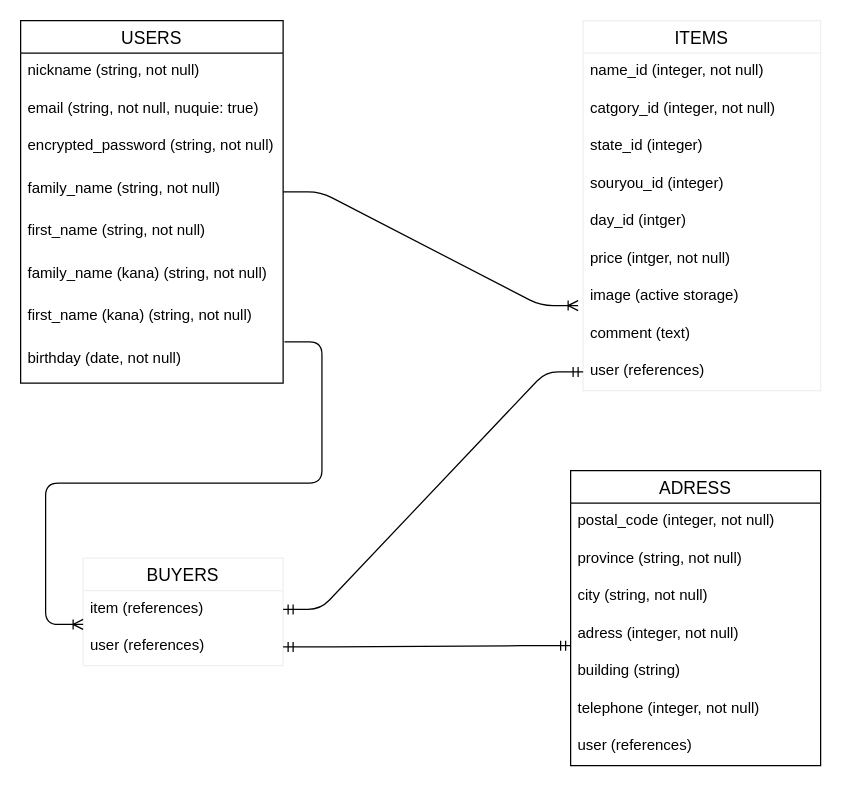
The draw.io diagram ER.dio in crayon356/furima-31966, before the edit. Source tidied: cells renumbered, new cells numbered last; positions are measured from the earlier drawing's top-left corner, leaving out a move shared by most shapes. Both pictures are drawn from the tidied source at 125%, with x=0, y=0 at pixel (20, 20).
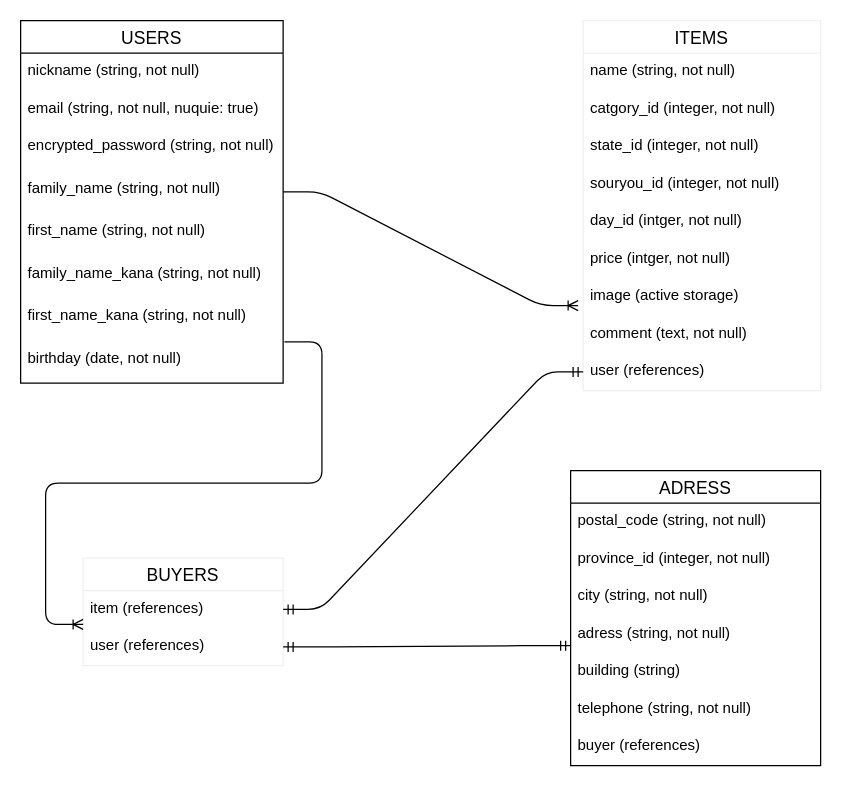
After the change.

Unchanged cells that the change refers to:
```xml
<mxCell id="2" value="USERS" style="swimlane;fontStyle=0;horizontal=1;startSize=26;align=center;fontSize=14;" parent="1" vertex="1">
  <mxGeometry width="210" height="290" as="geometry" />
</mxCell>
<mxCell id="11" value="ITEMS" style="swimlane;fontStyle=0;horizontal=1;startSize=26;align=center;fontSize=14;strokeColor=#f0f0f0;" parent="1" vertex="1">
  <mxGeometry x="450" width="190" height="296" as="geometry" />
</mxCell>
<mxCell id="24" value="ADRESS" style="swimlane;fontStyle=0;horizontal=1;startSize=26;align=center;fontSize=14;" parent="1" vertex="1">
  <mxGeometry x="440" y="360" width="200" height="236" as="geometry" />
</mxCell>
```

Change to the diagram source:
```diff
@@
-    <mxCell id="8" value="family_name (kana) (string, not null)" style="text;strokeColor=none;fillColor=none;spacingLeft=4;spacingRight=4;overflow=hidden;fontSize=12;" parent="2" vertex="1">
+    <mxCell id="8" value="family_name_kana (string, not null)" style="text;strokeColor=none;fillColor=none;spacingLeft=4;spacingRight=4;overflow=hidden;fontSize=12;" parent="2" vertex="1">
       <mxGeometry y="188" width="210" height="34" as="geometry" />
     </mxCell>
-    <mxCell id="9" value="first_name (kana) (string, not null)" style="text;strokeColor=none;fillColor=none;spacingLeft=4;spacingRight=4;overflow=hidden;fontSize=12;" parent="2" vertex="1">
+    <mxCell id="9" value="first_name_kana (string, not null)" style="text;strokeColor=none;fillColor=none;spacingLeft=4;spacingRight=4;overflow=hidden;fontSize=12;" parent="2" vertex="1">
       <mxGeometry y="222" width="210" height="34" as="geometry" />
     </mxCell>
@@
-    <mxCell id="12" value="name_id (integer, not null)" style="text;strokeColor=none;fillColor=none;spacingLeft=4;spacingRight=4;overflow=hidden;fontSize=12;" parent="11" vertex="1">
+    <mxCell id="12" value="name (string, not null)" style="text;strokeColor=none;fillColor=none;spacingLeft=4;spacingRight=4;overflow=hidden;fontSize=12;" parent="11" vertex="1">
       <mxGeometry y="26" width="190" height="30" as="geometry" />
     </mxCell>
@@
-    <mxCell id="14" value="state_id (integer)" style="text;strokeColor=none;fillColor=none;spacingLeft=4;spacingRight=4;overflow=hidden;fontSize=12;" parent="11" vertex="1">
+    <mxCell id="14" value="state_id (integer, not null)" style="text;strokeColor=none;fillColor=none;spacingLeft=4;spacingRight=4;overflow=hidden;fontSize=12;" parent="11" vertex="1">
       <mxGeometry y="86" width="190" height="30" as="geometry" />
     </mxCell>
-    <mxCell id="15" value="souryou_id (integer)" style="text;strokeColor=none;fillColor=none;spacingLeft=4;spacingRight=4;overflow=hidden;fontSize=12;" parent="11" vertex="1">
+    <mxCell id="15" value="souryou_id (integer, not null)" style="text;strokeColor=none;fillColor=none;spacingLeft=4;spacingRight=4;overflow=hidden;fontSize=12;" parent="11" vertex="1">
       <mxGeometry y="116" width="190" height="30" as="geometry" />
     </mxCell>
-    <mxCell id="16" value="day_id (intger)" style="text;strokeColor=none;fillColor=none;spacingLeft=4;spacingRight=4;overflow=hidden;fontSize=12;" parent="11" vertex="1">
+    <mxCell id="16" value="day_id (intger, not null)" style="text;strokeColor=none;fillColor=none;spacingLeft=4;spacingRight=4;overflow=hidden;fontSize=12;" parent="11" vertex="1">
       <mxGeometry y="146" width="190" height="30" as="geometry" />
     </mxCell>
@@
-    <mxCell id="19" value="comment (text)" style="text;strokeColor=none;fillColor=none;spacingLeft=4;spacingRight=4;overflow=hidden;fontSize=12;" parent="11" vertex="1">
+    <mxCell id="19" value="comment (text, not null)" style="text;strokeColor=none;fillColor=none;spacingLeft=4;spacingRight=4;overflow=hidden;fontSize=12;" parent="11" vertex="1">
       <mxGeometry y="236" width="190" height="30" as="geometry" />
     </mxCell>
@@
-    <mxCell id="25" value="postal_code (integer, not null)" style="text;strokeColor=none;fillColor=none;spacingLeft=4;spacingRight=4;overflow=hidden;fontSize=12;" parent="24" vertex="1">
+    <mxCell id="25" value="postal_code (string, not null)" style="text;strokeColor=none;fillColor=none;spacingLeft=4;spacingRight=4;overflow=hidden;fontSize=12;" parent="24" vertex="1">
       <mxGeometry y="26" width="200" height="30" as="geometry" />
     </mxCell>
-    <mxCell id="26" value="province (string, not null)" style="text;strokeColor=none;fillColor=none;spacingLeft=4;spacingRight=4;overflow=hidden;fontSize=12;" parent="24" vertex="1">
+    <mxCell id="26" value="province_id (integer, not null)" style="text;strokeColor=none;fillColor=none;spacingLeft=4;spacingRight=4;overflow=hidden;fontSize=12;" parent="24" vertex="1">
       <mxGeometry y="56" width="200" height="30" as="geometry" />
     </mxCell>
@@
-    <mxCell id="28" value="adress (integer, not null)" style="text;strokeColor=none;fillColor=none;spacingLeft=4;spacingRight=4;overflow=hidden;fontSize=12;" parent="24" vertex="1">
+    <mxCell id="28" value="adress (string, not null)" style="text;strokeColor=none;fillColor=none;spacingLeft=4;spacingRight=4;overflow=hidden;fontSize=12;" parent="24" vertex="1">
       <mxGeometry y="116" width="200" height="30" as="geometry" />
     </mxCell>
@@
-    <mxCell id="30" value="telephone (integer, not null)" style="text;strokeColor=none;fillColor=none;spacingLeft=4;spacingRight=4;overflow=hidden;fontSize=12;" parent="24" vertex="1">
+    <mxCell id="30" value="telephone (string, not null)" style="text;strokeColor=none;fillColor=none;spacingLeft=4;spacingRight=4;overflow=hidden;fontSize=12;" parent="24" vertex="1">
       <mxGeometry y="176" width="200" height="30" as="geometry" />
     </mxCell>
-    <mxCell id="31" value="user (references)" style="text;strokeColor=none;fillColor=none;spacingLeft=4;spacingRight=4;overflow=hidden;fontSize=12;" parent="24" vertex="1">
+    <mxCell id="31" value="buyer (references)" style="text;strokeColor=none;fillColor=none;spacingLeft=4;spacingRight=4;overflow=hidden;fontSize=12;" parent="24" vertex="1">
       <mxGeometry y="206" width="200" height="30" as="geometry" />
     </mxCell>
```
